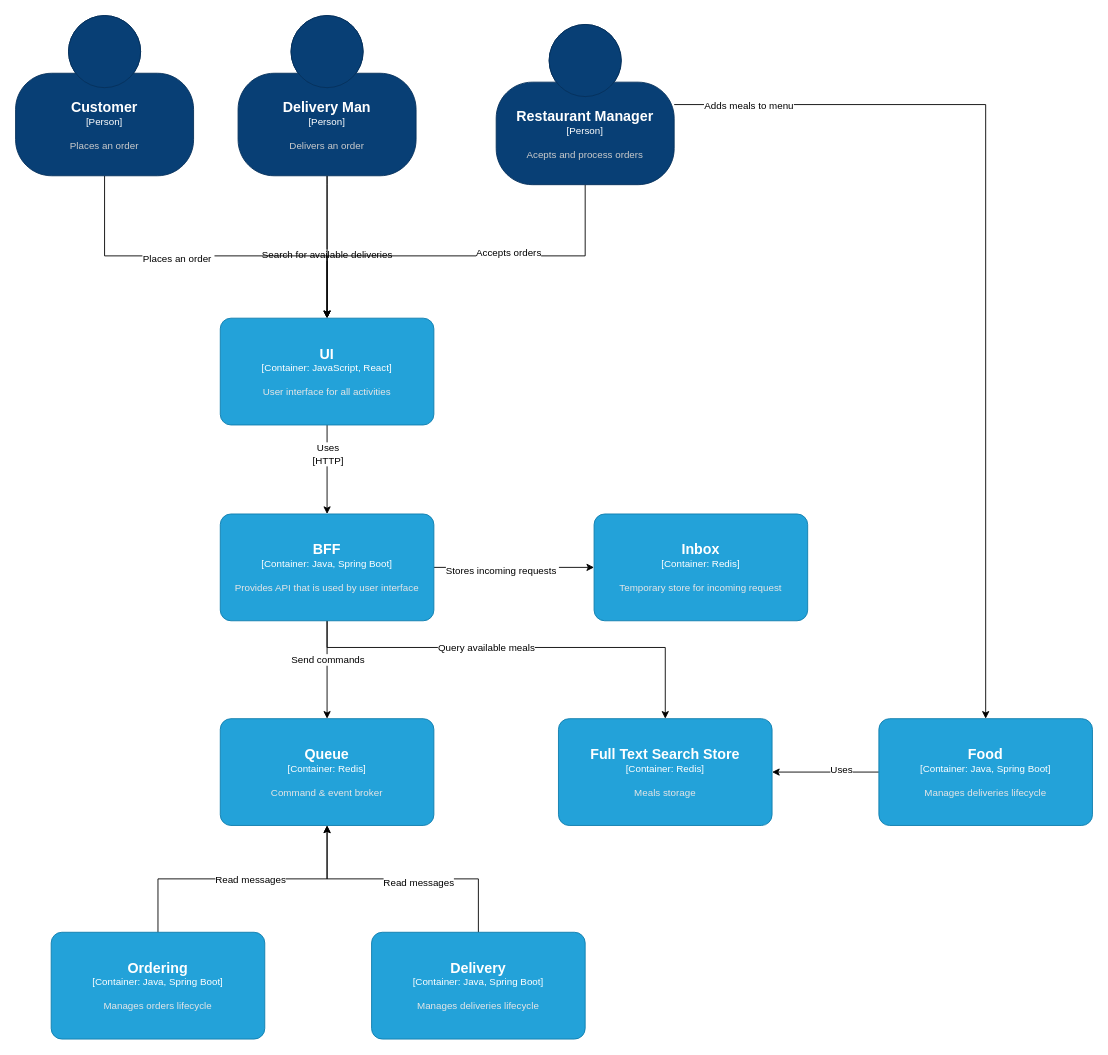
Before: page "Containers" (1 of 2) of docs/c4-model.drawio in wkrzywiec/farm-to-table, a draw.io diagram. Source tidied: cells renumbered, new cells numbered last; positions are measured from the earlier drawing's top-left corner, leaving out a move shared by most shapes. Both pictures are drawn from the tidied source at 89%, with x=0, y=0 at pixel (15, 15).
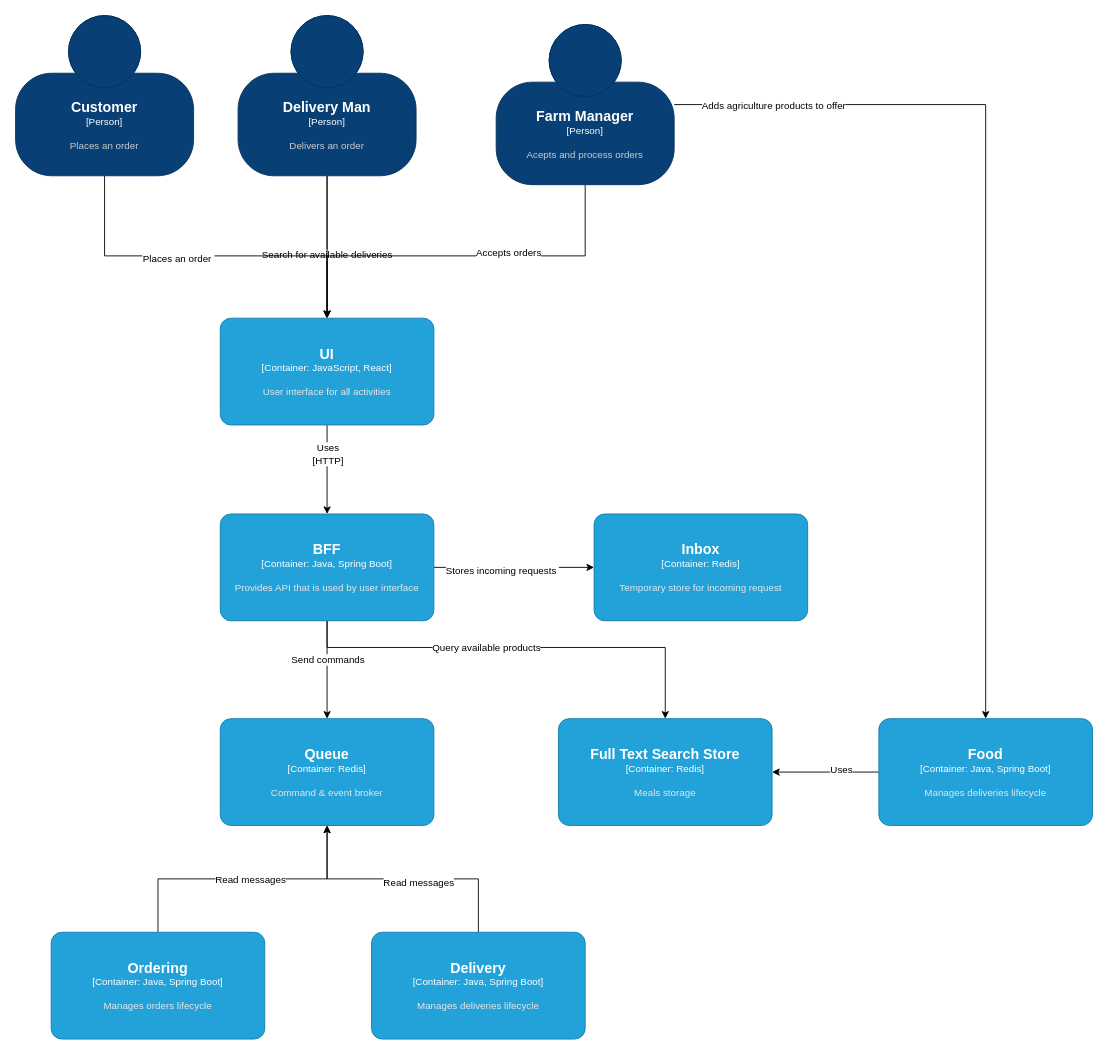
The same page after the edit.

Unchanged cells that the change refers to:
```xml
<mxCell id="8" style="edgeStyle=orthogonalEdgeStyle;rounded=0;jettySize=auto;html=1;entryX=0.5;entryY=0;entryDx=0;entryDy=0;entryPerimeter=0;" parent="1" edge="1" source="12" target="33">
  <mxGeometry relative="1" as="geometry" />
</mxCell>
<mxCell id="17" style="edgeStyle=orthogonalEdgeStyle;rounded=0;jettySize=auto;html=1;" parent="1" edge="1" source="19" target="34">
  <mxGeometry relative="1" as="geometry">
    <Array as="points">
      <mxPoint x="350" y="710" />
      <mxPoint x="730" y="710" />
    </Array>
  </mxGeometry>
</mxCell>
```

The edit, as a diff of the source:
```diff
@@
-    <mxCell id="9" value="Adds meals to menu" style="edgeLabel;html=1;align=center;verticalAlign=middle;" parent="8" vertex="1">
-      <mxGeometry x="-0.84" relative="1" as="geometry" />
+    <mxCell id="9" value="Adds agriculture products to offer" style="edgeLabel;html=1;align=center;verticalAlign=middle;" parent="8" vertex="1">
+      <mxGeometry x="-0.84" relative="1" as="geometry">
+        <mxPoint x="28" as="offset" />
+      </mxGeometry>
     </mxCell>
@@
-    <object id="12" label="&lt;font style=&quot;font-size: 16px&quot;&gt;&lt;b&gt;%c4Name%&lt;/b&gt;&lt;/font&gt;&lt;div&gt;[%c4Type%]&lt;/div&gt;&lt;br&gt;&lt;div&gt;&lt;font style=&quot;font-size: 11px&quot;&gt;&lt;font color=&quot;#cccccc&quot;&gt;%c4Description%&lt;/font&gt;&lt;/div&gt;" c4Description="Acepts and process orders" c4Name="Restaurant Manager" c4Type="Person" placeholders="1">
+    <object id="12" label="&lt;font style=&quot;font-size: 16px&quot;&gt;&lt;b&gt;%c4Name%&lt;/b&gt;&lt;/font&gt;&lt;div&gt;[%c4Type%]&lt;/div&gt;&lt;br&gt;&lt;div&gt;&lt;font style=&quot;font-size: 11px&quot;&gt;&lt;font color=&quot;#cccccc&quot;&gt;%c4Description%&lt;/font&gt;&lt;/div&gt;" c4Description="Acepts and process orders" c4Name="Farm Manager" c4Type="Person" placeholders="1">
       <mxCell style="html=1;fontSize=11;dashed=0;whiteSpace=wrap;fillColor=#083F75;strokeColor=#06315C;fontColor=#ffffff;shape=mxgraph.c4.person2;align=center;points=[[0.5,0,0],[1,0.5,0],[1,0.75,0],[0.75,1,0],[0.5,1,0],[0.25,1,0],[0,0.75,0],[0,0.5,0]];" parent="1" vertex="1">
         <mxGeometry x="540" y="10" width="200" height="180" as="geometry" />
       </mxCell>
     </object>
@@
-    <mxCell id="18" value="Query available meals" style="edgeLabel;html=1;align=center;verticalAlign=middle;" parent="17" vertex="1">
+    <mxCell id="18" value="Query available products" style="edgeLabel;html=1;align=center;verticalAlign=middle;" parent="17" vertex="1">
       <mxGeometry x="-0.15" relative="1" as="geometry" />
     </mxCell>
```
